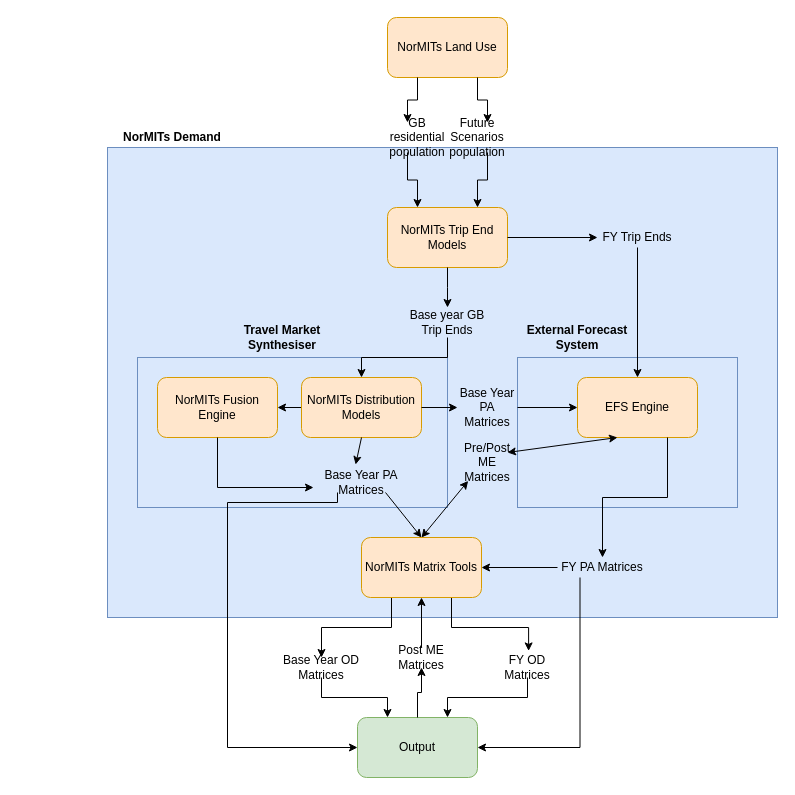
This is op_models/demand_op_model.drawio from Transport-for-the-North/NorMITs-Demand, a draw.io file, before an edit. Source tidied: cells renumbered, new cells numbered last; positions are measured from the earlier drawing's top-left corner, leaving out a move shared by most shapes. Both pictures are drawn from the tidied source at 100%, with x=0, y=0 at pixel (107, 17).
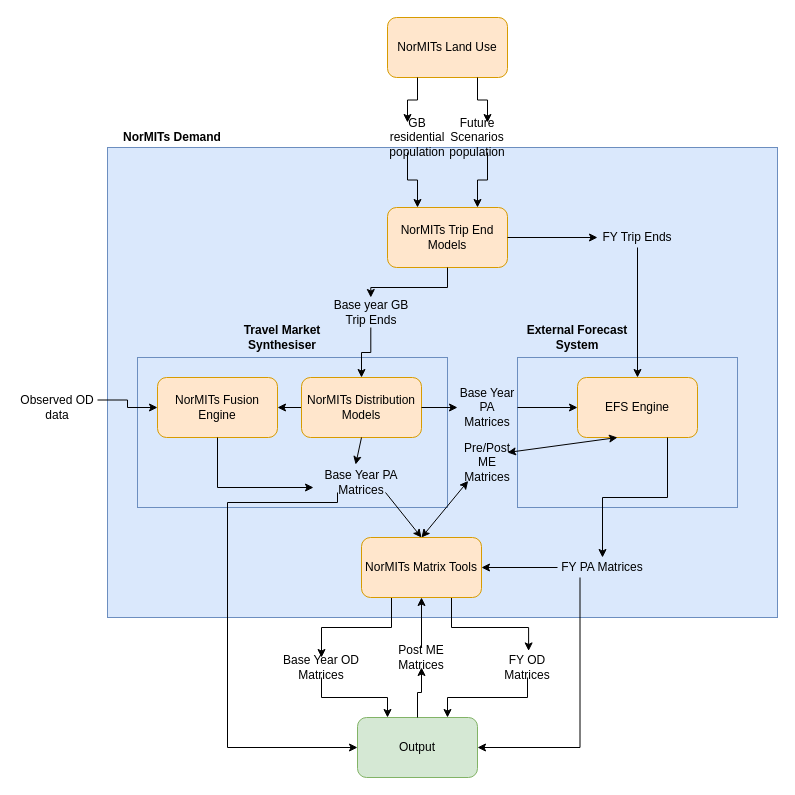
After the change.

Unchanged cells that the change refers to:
```xml
<mxCell id="19" value="NorMITs Fusion Engine" style="rounded=1;whiteSpace=wrap;html=1;fillColor=#ffe6cc;strokeColor=#d79b00;" parent="1" vertex="1">
  <mxGeometry x="50" y="360" width="120" height="60" as="geometry" />
</mxCell>
```

What changed in the source:
```diff
@@
     <mxCell id="47" value="Base year GB Trip Ends" style="text;html=1;strokeColor=none;fillColor=none;align=center;verticalAlign=middle;whiteSpace=wrap;rounded=0;" parent="1" vertex="1">
-      <mxGeometry x="301.2" y="290" width="77.5" height="30" as="geometry" />
+      <mxGeometry x="224.5" y="280" width="77.5" height="30" as="geometry" />
     </mxCell>
@@
+    <mxCell id="53" style="edgeStyle=orthogonalEdgeStyle;rounded=0;jettySize=auto;html=1;exitX=1;exitY=0.25;exitDx=0;exitDy=0;" parent="1" edge="1" source="54" target="19">
+      <mxGeometry relative="1" as="geometry" />
+    </mxCell>
+    <mxCell id="54" value="Observed OD data" style="text;html=1;strokeColor=none;fillColor=none;align=center;verticalAlign=middle;whiteSpace=wrap;rounded=0;" parent="1" vertex="1">
+      <mxGeometry x="-90" y="375" width="80" height="30" as="geometry" />
+    </mxCell>
```
